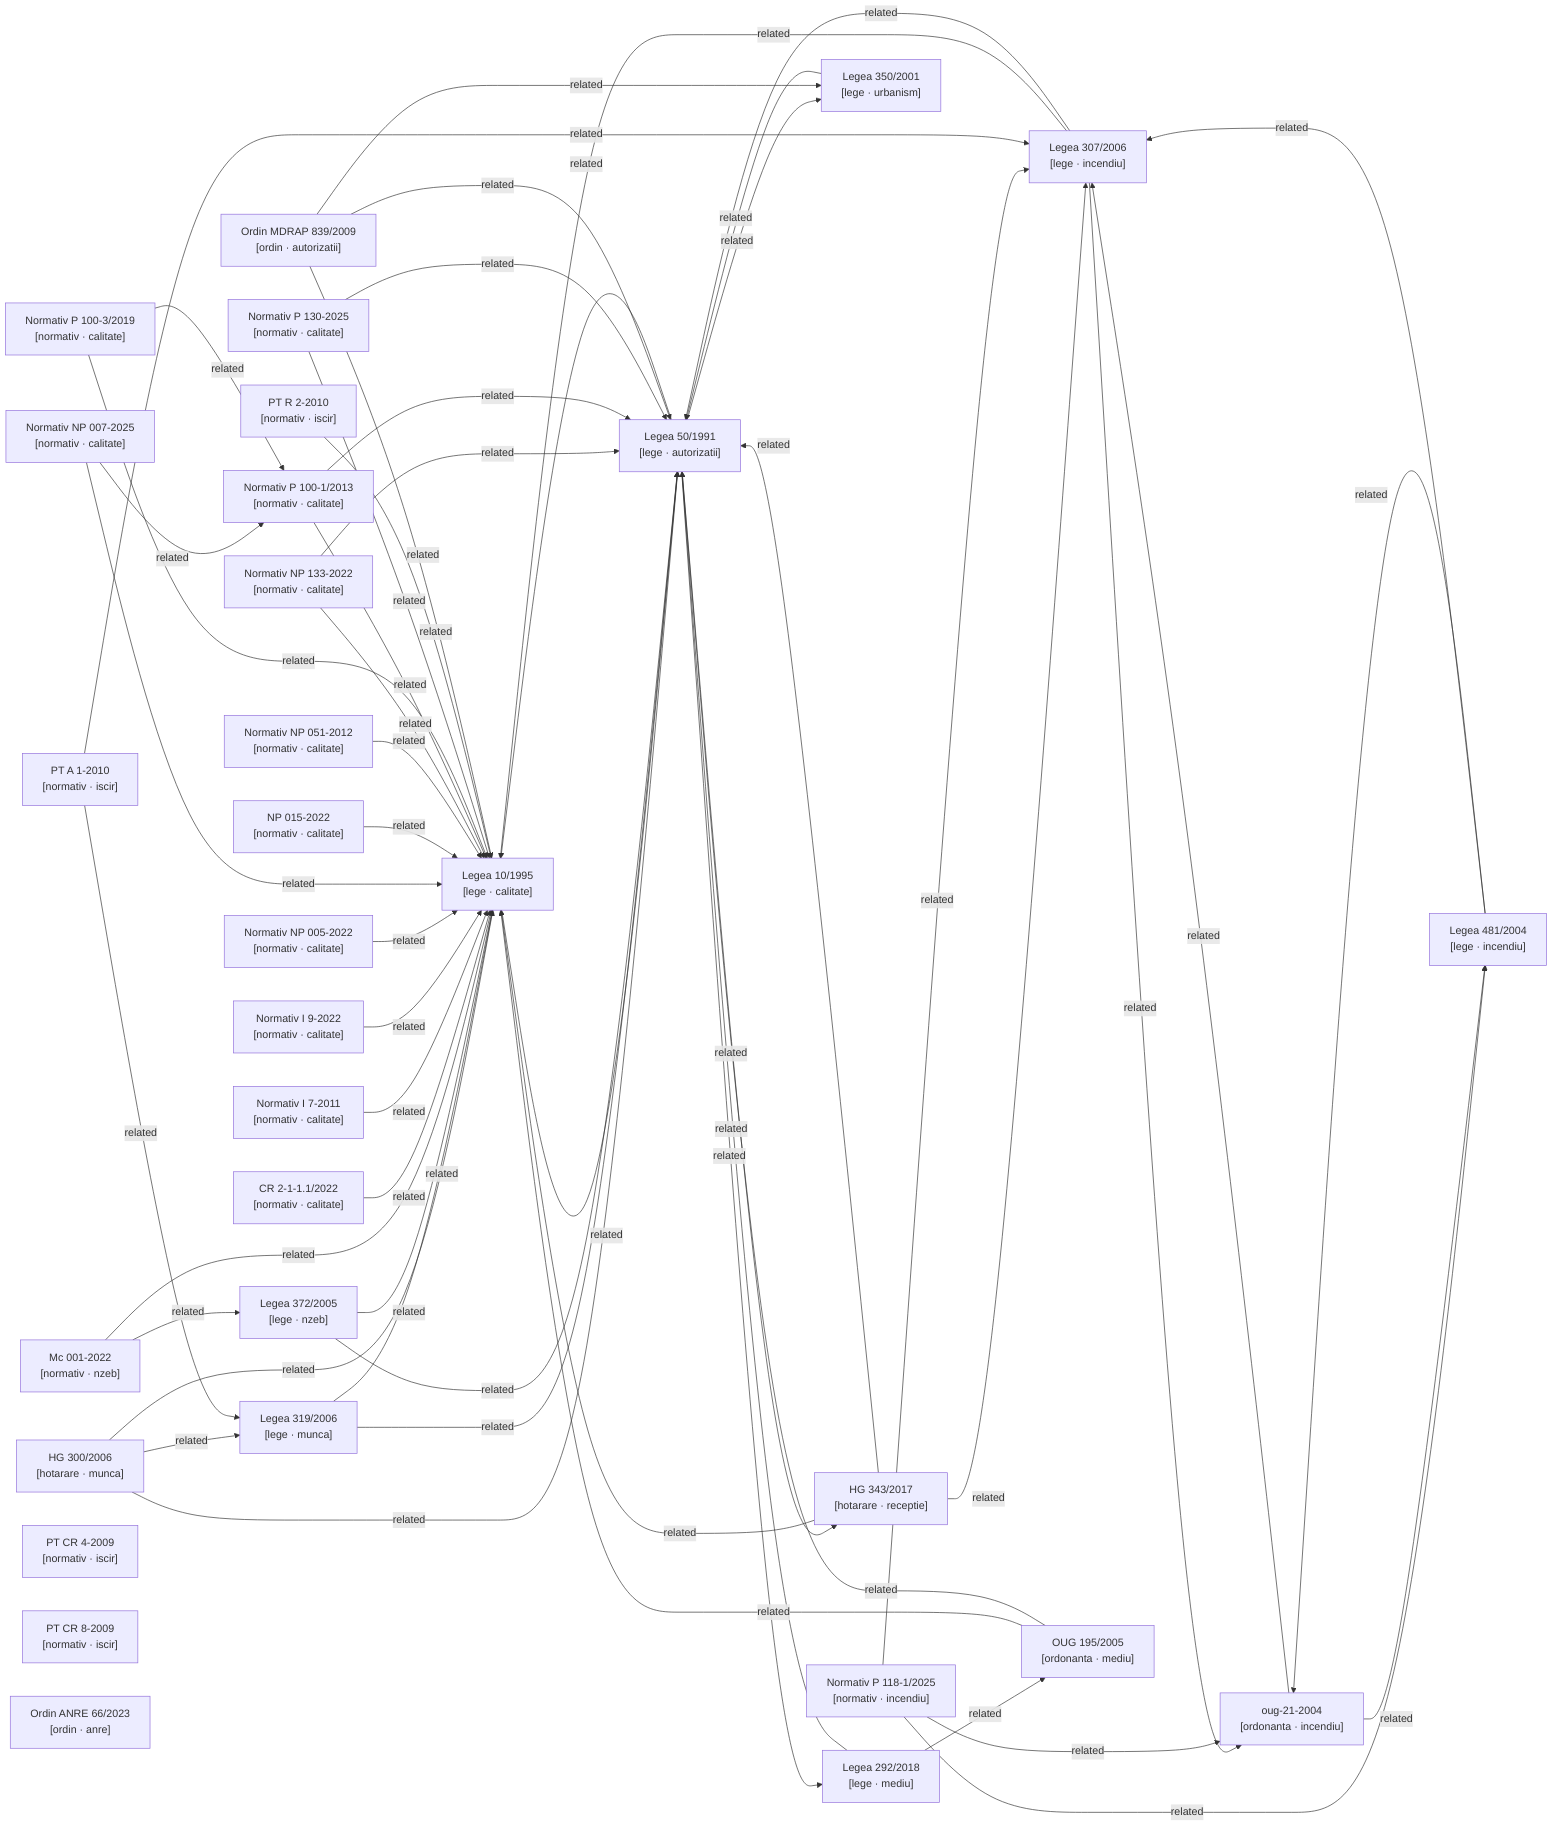
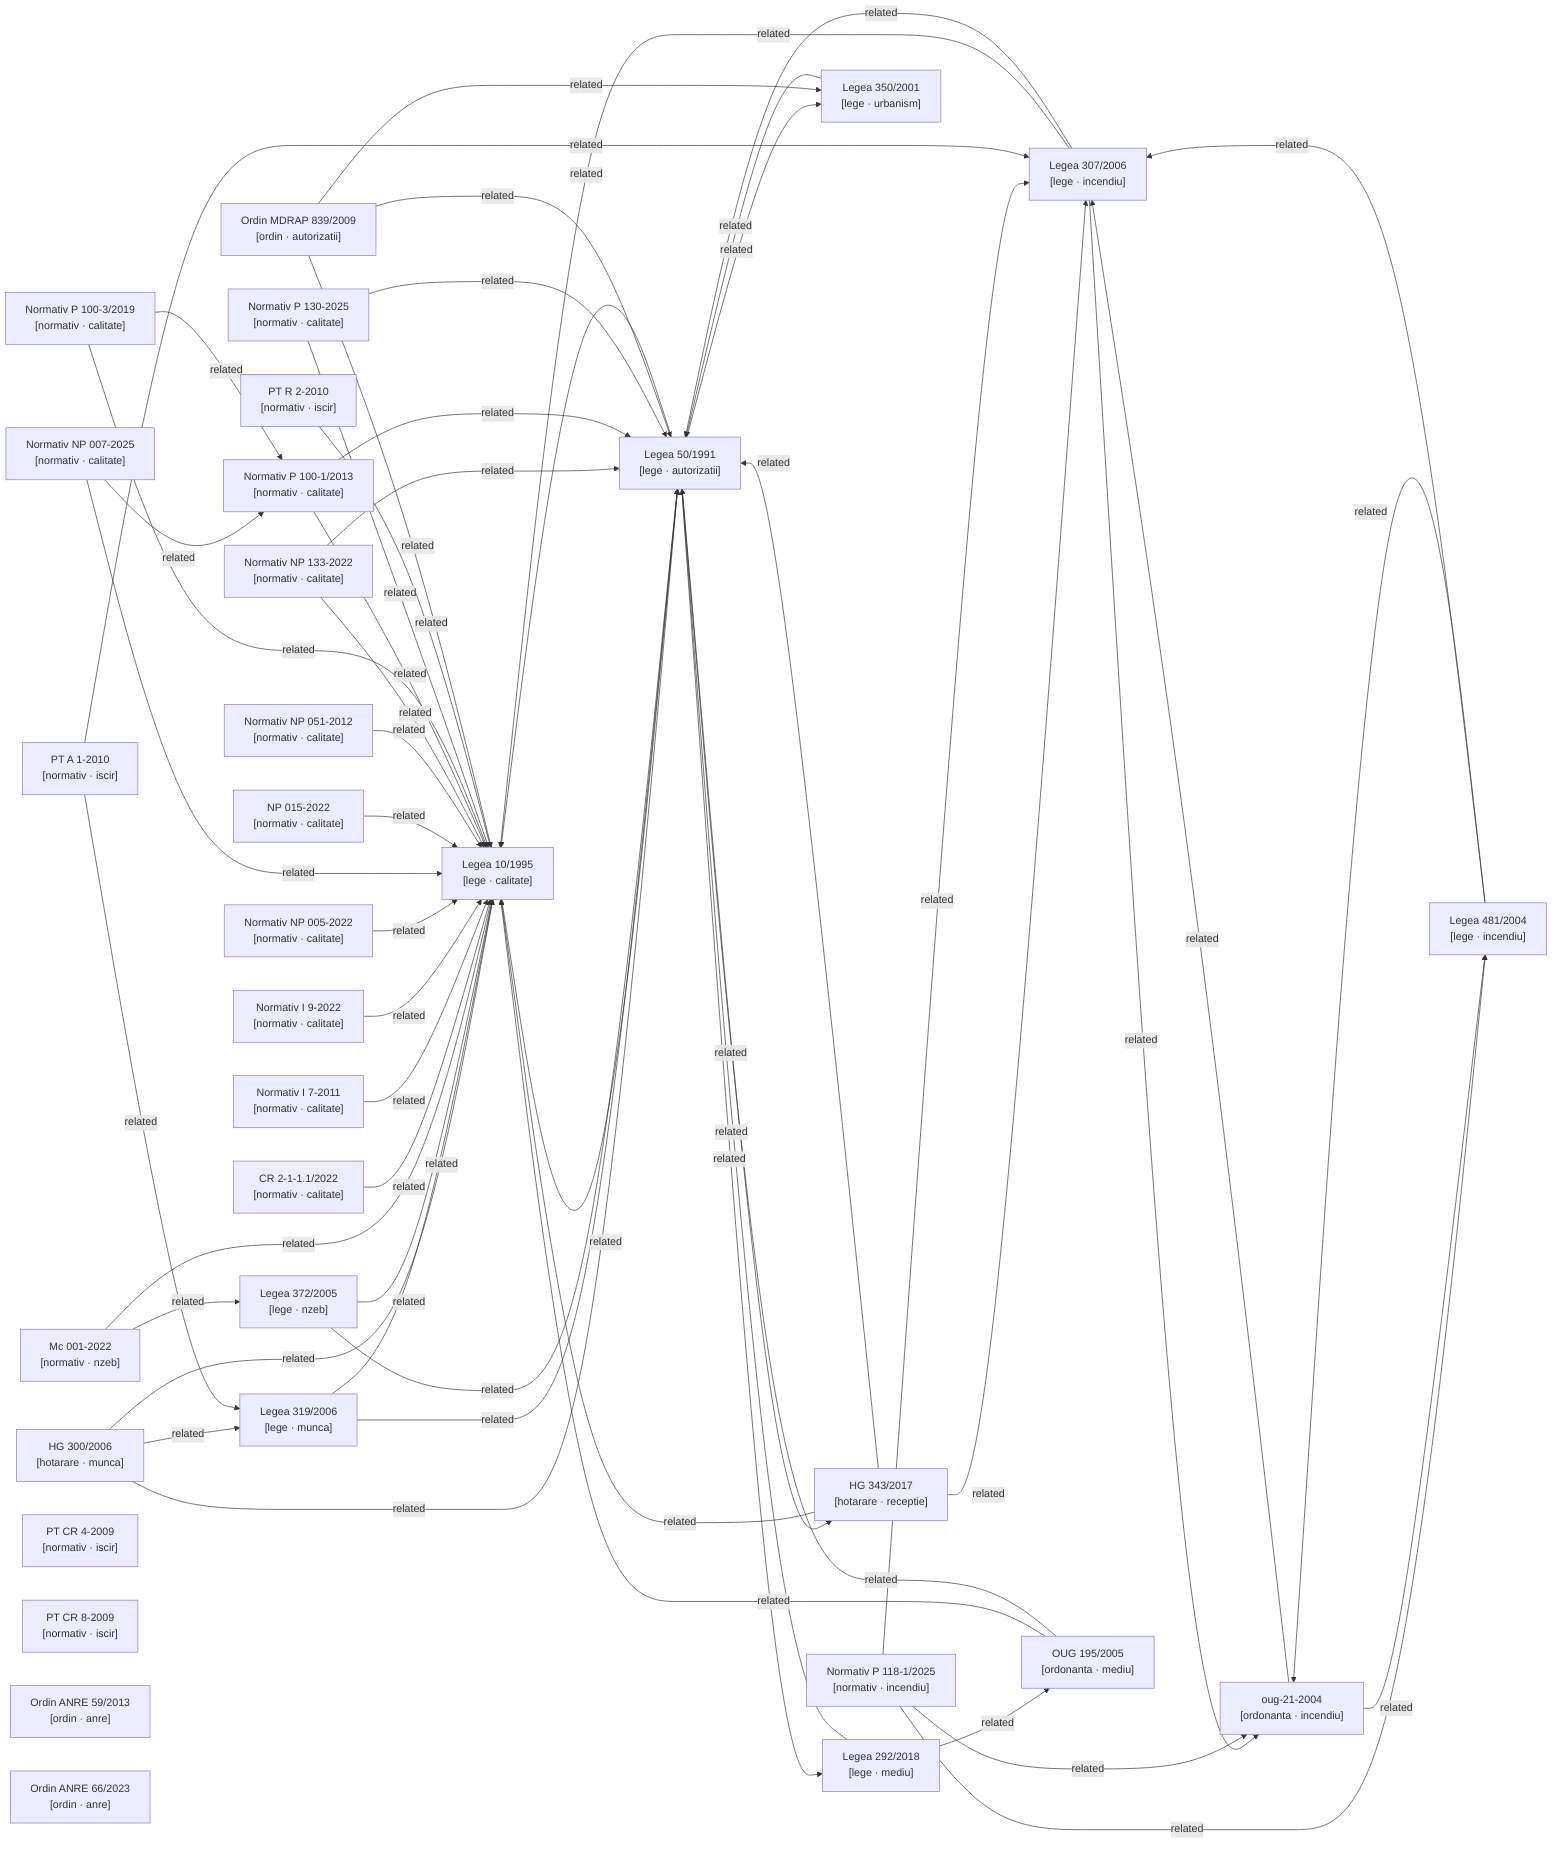
graph LR

  %% Nodes
  hg-300-2006["HG 300/2006\n[hotarare · munca]"]
  hg-343-2017["HG 343/2017\n[hotarare · receptie]"]
  lege-10-1995["Legea 10/1995\n[lege · calitate]"]
  lege-292-2018["Legea 292/2018\n[lege · mediu]"]
  lege-307-2006["Legea 307/2006\n[lege · incendiu]"]
  lege-319-2006["Legea 319/2006\n[lege · munca]"]
  lege-350-2001["Legea 350/2001\n[lege · urbanism]"]
  lege-372-2005["Legea 372/2005\n[lege · nzeb]"]
  lege-481-2004["Legea 481/2004\n[lege · incendiu]"]
  lege-50-1991["Legea 50/1991\n[lege · autorizatii]"]
  metodologie-mc001-2022["Mc 001-2022\n[normativ · nzeb]"]
  normativ-cr2-1-1-1-2022["CR 2-1-1.1/2022\n[normativ · calitate]"]
  normativ-i7-2011["Normativ I 7-2011\n[normativ · calitate]"]
  normativ-i9-2022["Normativ I 9-2022\n[normativ · calitate]"]
  normativ-np005-2022["Normativ NP 005-2022\n[normativ · calitate]"]
  normativ-np007-2025["Normativ NP 007-2025\n[normativ · calitate]"]
  normativ-np015-2022["NP 015-2022\n[normativ · calitate]"]
  normativ-np051-2012["Normativ NP 051-2012\n[normativ · calitate]"]
  normativ-np133-2022["Normativ NP 133-2022\n[normativ · calitate]"]
  normativ-p100-1-2013["Normativ P 100-1/2013\n[normativ · calitate]"]
  normativ-p100-3-2019["Normativ P 100-3/2019\n[normativ · calitate]"]
  normativ-p118-1-2025["Normativ P 118-1/2025\n[normativ · incendiu]"]
  normativ-p130-2025["Normativ P 130-2025\n[normativ · calitate]"]
  normativ-pt-a1-2010["PT A 1-2010\n[normativ · iscir]"]
  normativ-pt-cr4-2009["PT CR 4-2009\n[normativ · iscir]"]
  normativ-pt-cr8-2009["PT CR 8-2009\n[normativ · iscir]"]
  normativ-pt-r2-2010["PT R 2-2010\n[normativ · iscir]"]
  ordin-839-2009["Ordin MDRAP 839/2009\n[ordin · autorizatii]"]
+   ordin-anre-59-2013["Ordin ANRE 59/2013\n[ordin · anre]"]
  ordin-anre-66-2023["Ordin ANRE 66/2023\n[ordin · anre]"]
  oug-195-2005["OUG 195/2005\n[ordonanta · mediu]"]
  oug-21-2004["oug-21-2004\n[ordonanta · incendiu]"]

  %% Confirmed relationships (from metadata related_acts)
  hg-300-2006 -->|related| lege-10-1995
  hg-300-2006 -->|related| lege-319-2006
  hg-300-2006 -->|related| lege-50-1991
  hg-343-2017 -->|related| lege-10-1995
  hg-343-2017 -->|related| lege-307-2006
  hg-343-2017 -->|related| lege-50-1991
  lege-10-1995 -->|related| lege-50-1991
  lege-292-2018 -->|related| lege-50-1991
  lege-292-2018 -->|related| oug-195-2005
  lege-307-2006 -->|related| lege-10-1995
  lege-307-2006 -->|related| lege-50-1991
  lege-307-2006 -->|related| oug-21-2004
  lege-319-2006 -->|related| lege-10-1995
  lege-319-2006 -->|related| lege-50-1991
  lege-350-2001 -->|related| lege-50-1991
  lege-372-2005 -->|related| lege-10-1995
  lege-372-2005 -->|related| lege-50-1991
  lege-481-2004 -->|related| lege-307-2006
  lege-481-2004 -->|related| oug-21-2004
  lege-50-1991 -->|related| hg-343-2017
  lege-50-1991 -->|related| lege-10-1995
  lege-50-1991 -->|related| lege-292-2018
  lege-50-1991 -->|related| lege-350-2001
  metodologie-mc001-2022 -->|related| lege-10-1995
  metodologie-mc001-2022 -->|related| lege-372-2005
  normativ-cr2-1-1-1-2022 -->|related| lege-10-1995
  normativ-i7-2011 -->|related| lege-10-1995
  normativ-i9-2022 -->|related| lege-10-1995
  normativ-np005-2022 -->|related| lege-10-1995
  normativ-np007-2025 -->|related| lege-10-1995
  normativ-np007-2025 -->|related| normativ-p100-1-2013
  normativ-np015-2022 -->|related| lege-10-1995
  normativ-np051-2012 -->|related| lege-10-1995
  normativ-np133-2022 -->|related| lege-10-1995
  normativ-np133-2022 -->|related| lege-50-1991
  normativ-p100-1-2013 -->|related| lege-10-1995
  normativ-p100-1-2013 -->|related| lege-50-1991
  normativ-p100-3-2019 -->|related| lege-10-1995
  normativ-p100-3-2019 -->|related| normativ-p100-1-2013
  normativ-p118-1-2025 -->|related| lege-307-2006
  normativ-p118-1-2025 -->|related| lege-481-2004
  normativ-p118-1-2025 -->|related| oug-21-2004
  normativ-p130-2025 -->|related| lege-10-1995
  normativ-p130-2025 -->|related| lege-50-1991
  normativ-pt-a1-2010 -->|related| lege-307-2006
  normativ-pt-a1-2010 -->|related| lege-319-2006
  normativ-pt-r2-2010 -->|related| lege-10-1995
  ordin-839-2009 -->|related| lege-10-1995
  ordin-839-2009 -->|related| lege-350-2001
  ordin-839-2009 -->|related| lege-50-1991
  oug-195-2005 -->|related| lege-10-1995
  oug-195-2005 -->|related| lege-50-1991
  oug-21-2004 -->|related| lege-307-2006
  oug-21-2004 -->|related| lege-481-2004

  %% Auto-detected relationships (needs_review)
